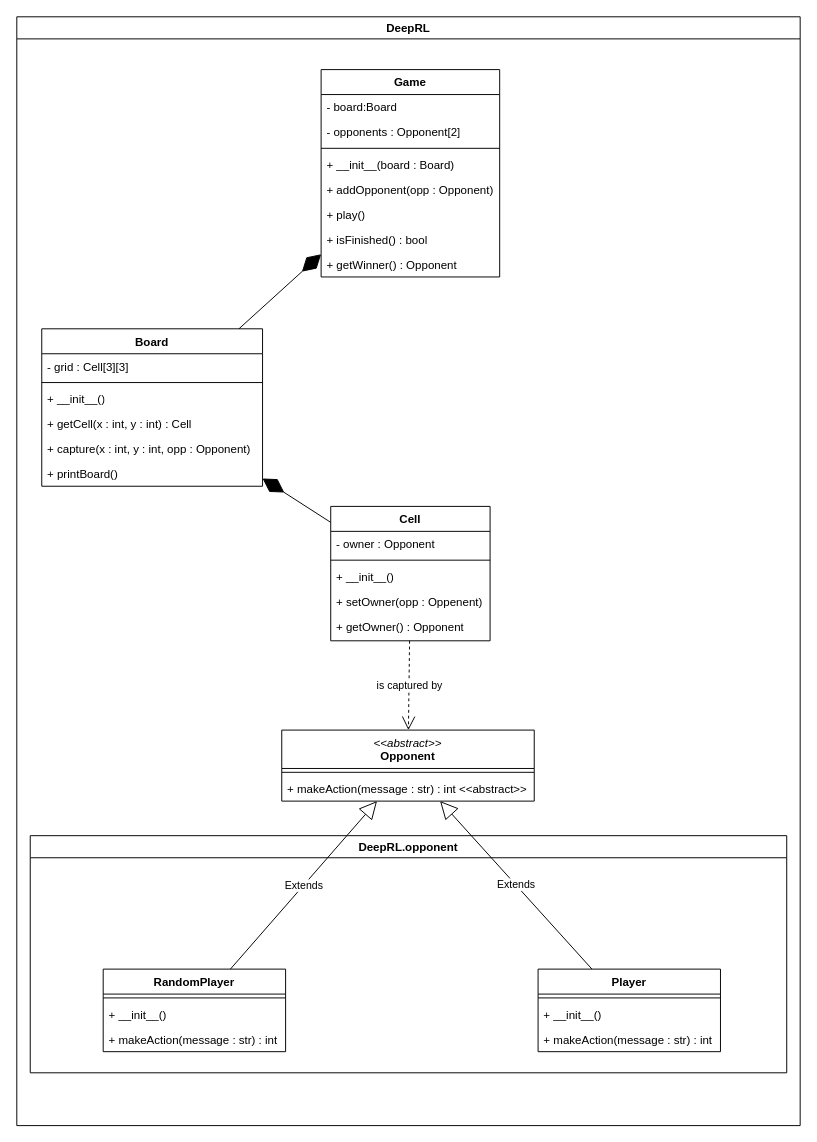
The draw.io diagram uml/DRL project.drawio in Enzo-Claeyssen/Q-Learning_for_Tic_Tac_Toe, before the edit. Source tidied: cells renumbered, new cells numbered last; positions are measured from the earlier drawing's top-left corner, leaving out a move shared by most shapes. Both pictures are drawn from the tidied source at 96%, with x=0, y=0 at pixel (16, 16).
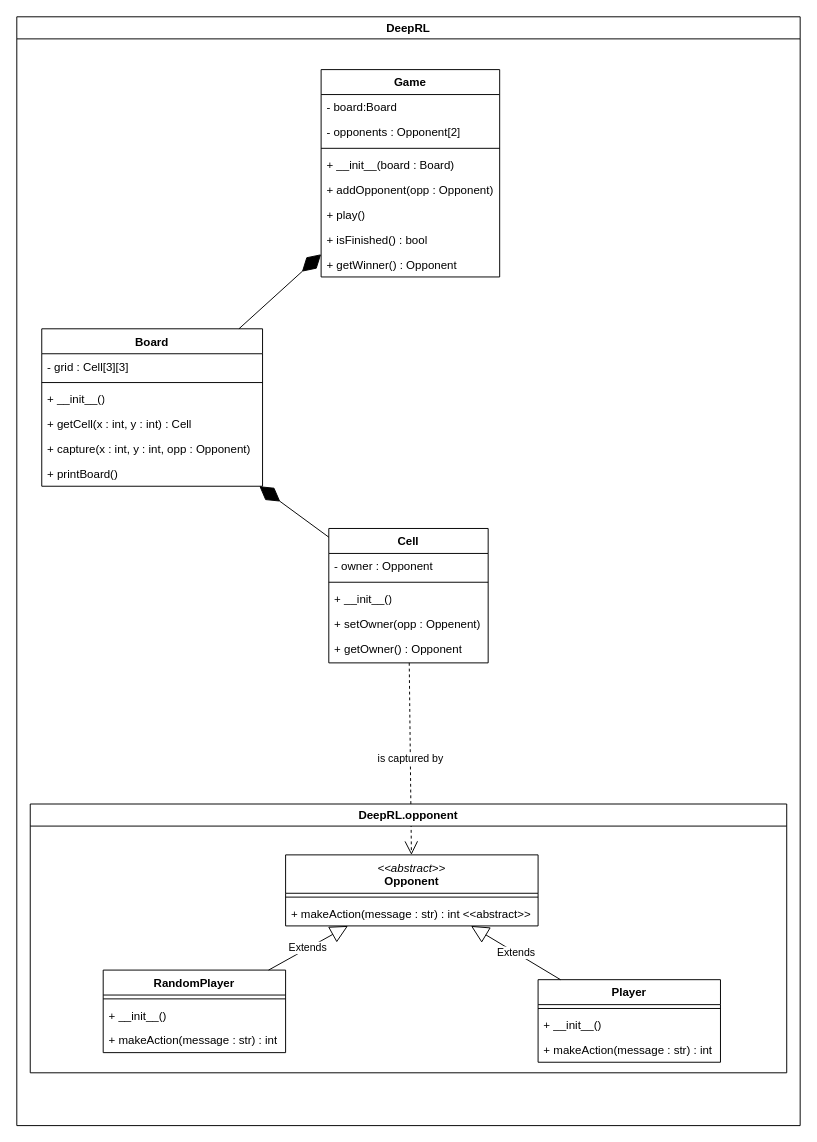
Above is the later version.

Unchanged cells that the change refers to:
```xml
<mxCell id="2" value="DeepRL" style="swimlane;" parent="1" vertex="1">
  <mxGeometry width="816" height="1155" as="geometry" />
</mxCell>
```

Change to the diagram source:
```diff
@@
     <mxCell id="20" value="Cell" style="swimlane;fontStyle=1;align=center;verticalAlign=top;horizontal=1;startSize=26;whiteSpace=wrap;html=1;" parent="2" vertex="1">
-      <mxGeometry x="327" y="510" width="166" height="140" as="geometry" />
+      <mxGeometry x="325" y="533" width="166" height="140" as="geometry" />
     </mxCell>
@@
-    <mxCell id="27" value="&lt;span style=&quot;font-weight: normal;&quot;&gt;&lt;i&gt;&amp;lt;&amp;lt;abstract&amp;gt;&amp;gt;&lt;/i&gt;&lt;/span&gt;&lt;br&gt;Opponent" style="swimlane;fontStyle=1;align=center;verticalAlign=top;horizontal=1;startSize=40;whiteSpace=wrap;html=1;" parent="2" vertex="1">
-      <mxGeometry x="276" y="743" width="263" height="74" as="geometry" />
-    </mxCell>
-    <mxCell id="28" style="line;strokeWidth=1;fillColor=none;align=left;verticalAlign=middle;spacingTop=-1;spacingLeft=3;spacingRight=3;labelPosition=right;strokeColor=inherit;" parent="27" vertex="1">
-      <mxGeometry y="40" width="263" height="8" as="geometry" />
-    </mxCell>
-    <mxCell id="29" value="+ makeAction(message : str) : int &amp;lt;&amp;lt;abstract&amp;gt;&amp;gt;" style="text;strokeColor=none;fillColor=none;align=left;verticalAlign=top;spacingLeft=4;spacingRight=4;overflow=hidden;whiteSpace=wrap;html=1;" parent="27" vertex="1">
-      <mxGeometry y="48" width="263" height="26" as="geometry" />
-    </mxCell>
@@
     <mxCell id="31" value="DeepRL.opponent" style="swimlane;" parent="2" vertex="1">
-      <mxGeometry x="14" y="853" width="788" height="247" as="geometry" />
+      <mxGeometry x="14" y="820" width="788" height="280" as="geometry" />
     </mxCell>
     <mxCell id="32" value="RandomPlayer" style="swimlane;fontStyle=1;align=center;verticalAlign=top;horizontal=1;startSize=26;whiteSpace=wrap;html=1;" parent="31" vertex="1">
-      <mxGeometry x="76" y="139" width="190" height="86" as="geometry" />
+      <mxGeometry x="76" y="173" width="190" height="86" as="geometry" />
     </mxCell>
@@
     <mxCell id="36" value="Player" style="swimlane;fontStyle=1;align=center;verticalAlign=top;horizontal=1;startSize=26;whiteSpace=wrap;html=1;" parent="31" vertex="1">
-      <mxGeometry x="529" y="139" width="190" height="86" as="geometry" />
+      <mxGeometry x="529" y="183" width="190" height="86" as="geometry" />
     </mxCell>
@@
+    <mxCell id="27" value="&lt;span style=&quot;font-weight: normal;&quot;&gt;&lt;i&gt;&amp;lt;&amp;lt;abstract&amp;gt;&amp;gt;&lt;/i&gt;&lt;/span&gt;&lt;br&gt;Opponent" style="swimlane;fontStyle=1;align=center;verticalAlign=top;horizontal=1;startSize=40;whiteSpace=wrap;html=1;" parent="31" vertex="1">
+      <mxGeometry x="266" y="53" width="263" height="74" as="geometry" />
+    </mxCell>
+    <mxCell id="28" style="line;strokeWidth=1;fillColor=none;align=left;verticalAlign=middle;spacingTop=-1;spacingLeft=3;spacingRight=3;labelPosition=right;strokeColor=inherit;" parent="27" vertex="1">
+      <mxGeometry y="40" width="263" height="8" as="geometry" />
+    </mxCell>
+    <mxCell id="29" value="+ makeAction(message : str) : int &amp;lt;&amp;lt;abstract&amp;gt;&amp;gt;" style="text;strokeColor=none;fillColor=none;align=left;verticalAlign=top;spacingLeft=4;spacingRight=4;overflow=hidden;whiteSpace=wrap;html=1;" parent="27" vertex="1">
+      <mxGeometry y="48" width="263" height="26" as="geometry" />
+    </mxCell>
-    <mxCell id="40" value="Extends" style="endArrow=block;endSize=16;endFill=0;html=1;rounded=0;" parent="2" edge="1" source="32" target="27">
+    <mxCell id="40" value="Extends" style="endArrow=block;endSize=16;endFill=0;html=1;rounded=0;" parent="31" edge="1" source="32" target="27">
       <mxGeometry relative="1" as="geometry" />
     </mxCell>
-    <mxCell id="41" value="Extends" style="endArrow=block;endSize=16;endFill=0;html=1;rounded=0;" parent="2" edge="1" source="36" target="27">
+    <mxCell id="41" value="Extends" style="endArrow=block;endSize=16;endFill=0;html=1;rounded=0;" parent="31" edge="1" source="36" target="27">
       <mxGeometry relative="1" as="geometry" />
     </mxCell>
```
